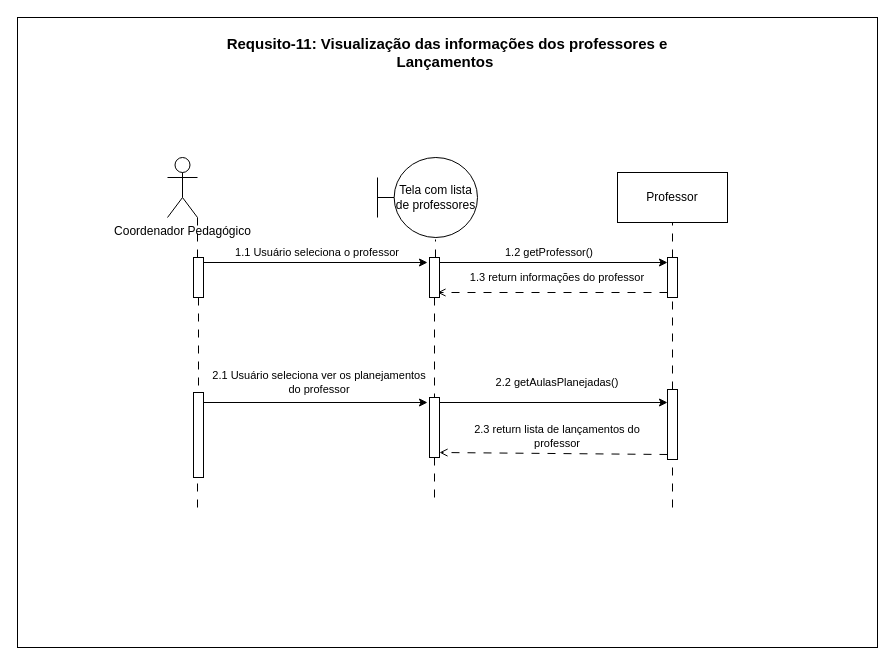
Above: Requisito-11.drawio in LizReis/An-lise-de-Sistemas (draw.io), before the change. Source tidied: cells renumbered, new cells numbered last; positions are measured from the earlier drawing's top-left corner, leaving out a move shared by most shapes. Both pictures are drawn from the tidied source at 100%, with x=0, y=0 at pixel (17, 17).
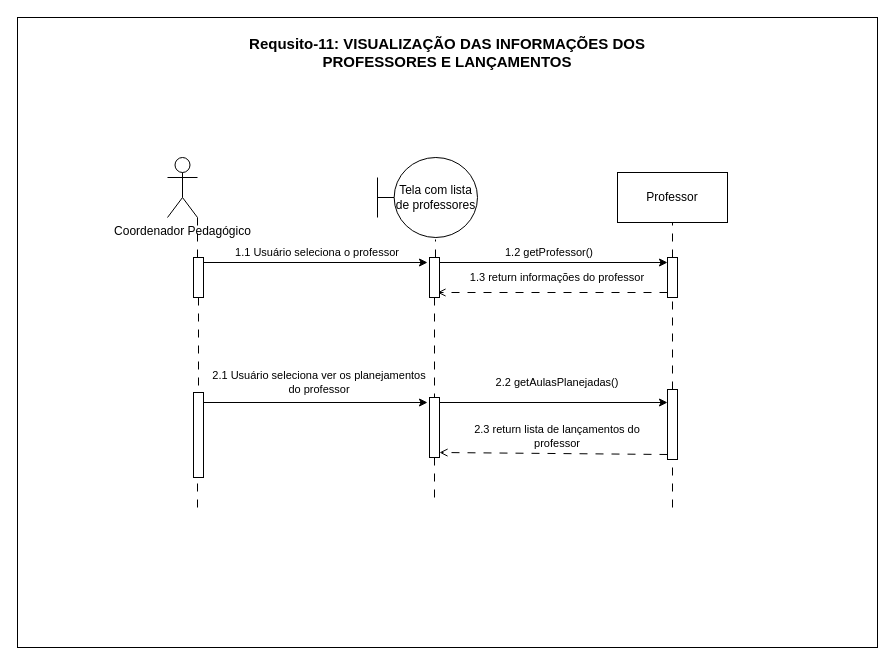
Above is the later version.

Change to the diagram source:
```diff
@@
-    <mxCell id="23" value="Requsito-11: Visualização das informações dos professores e Lançamentos&amp;nbsp;" style="text;html=1;align=center;verticalAlign=middle;whiteSpace=wrap;rounded=0;fontStyle=1;fontSize=15;" parent="1" vertex="1">
+    <mxCell id="23" value="Requsito-11: VISUALIZAÇÃO DAS INFORMAÇÕES DOS PROFESSORES E LANÇAMENTOS" style="text;html=1;align=center;verticalAlign=middle;whiteSpace=wrap;rounded=0;fontStyle=1;fontSize=15;" parent="1" vertex="1">
       <mxGeometry x="195" y="20" width="470" height="30" as="geometry" />
     </mxCell>
```
